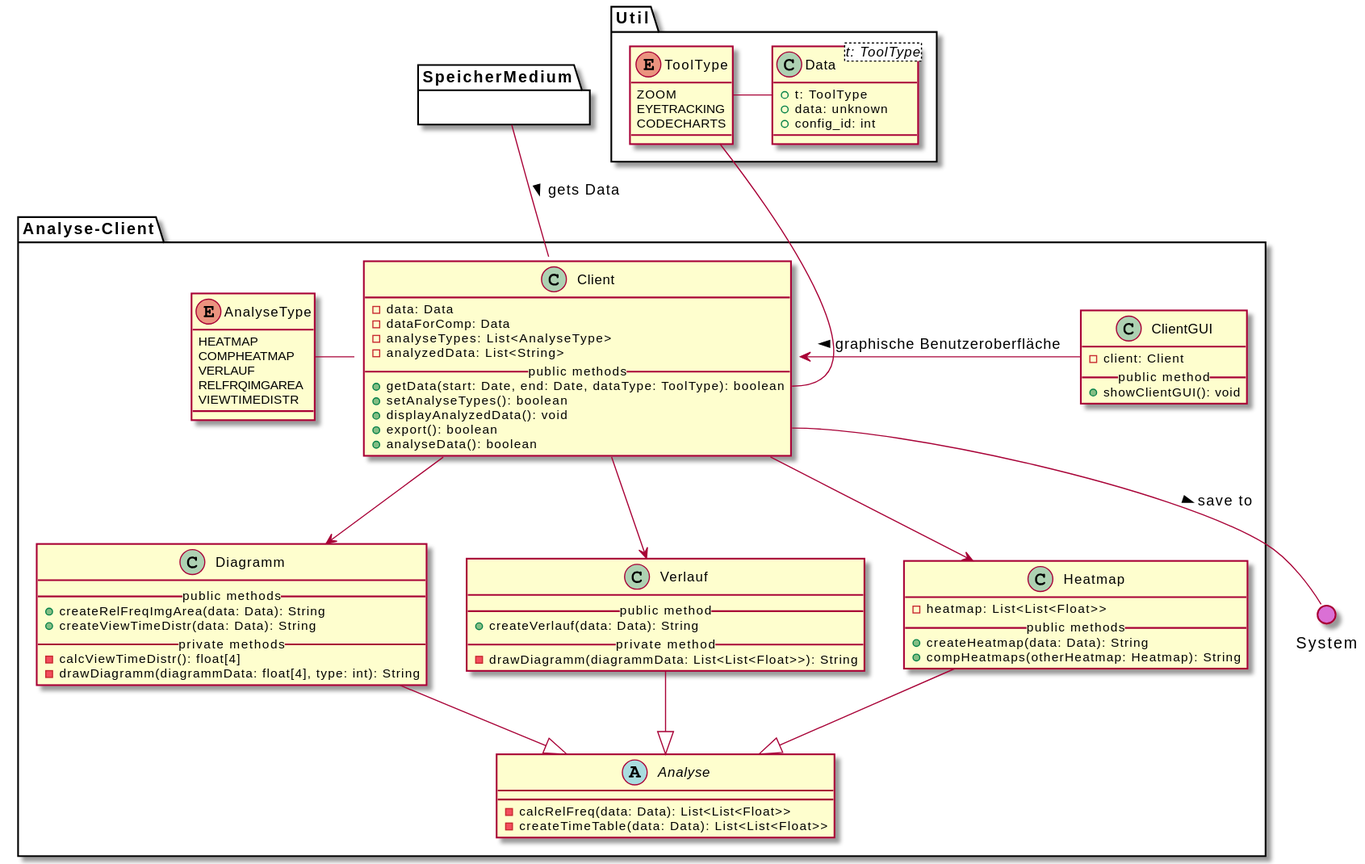
Before: meilenstein_03/uml-analyse-client/analyseclient.svg, a diagram exported from PlantUML (weichware10/meilensteine).
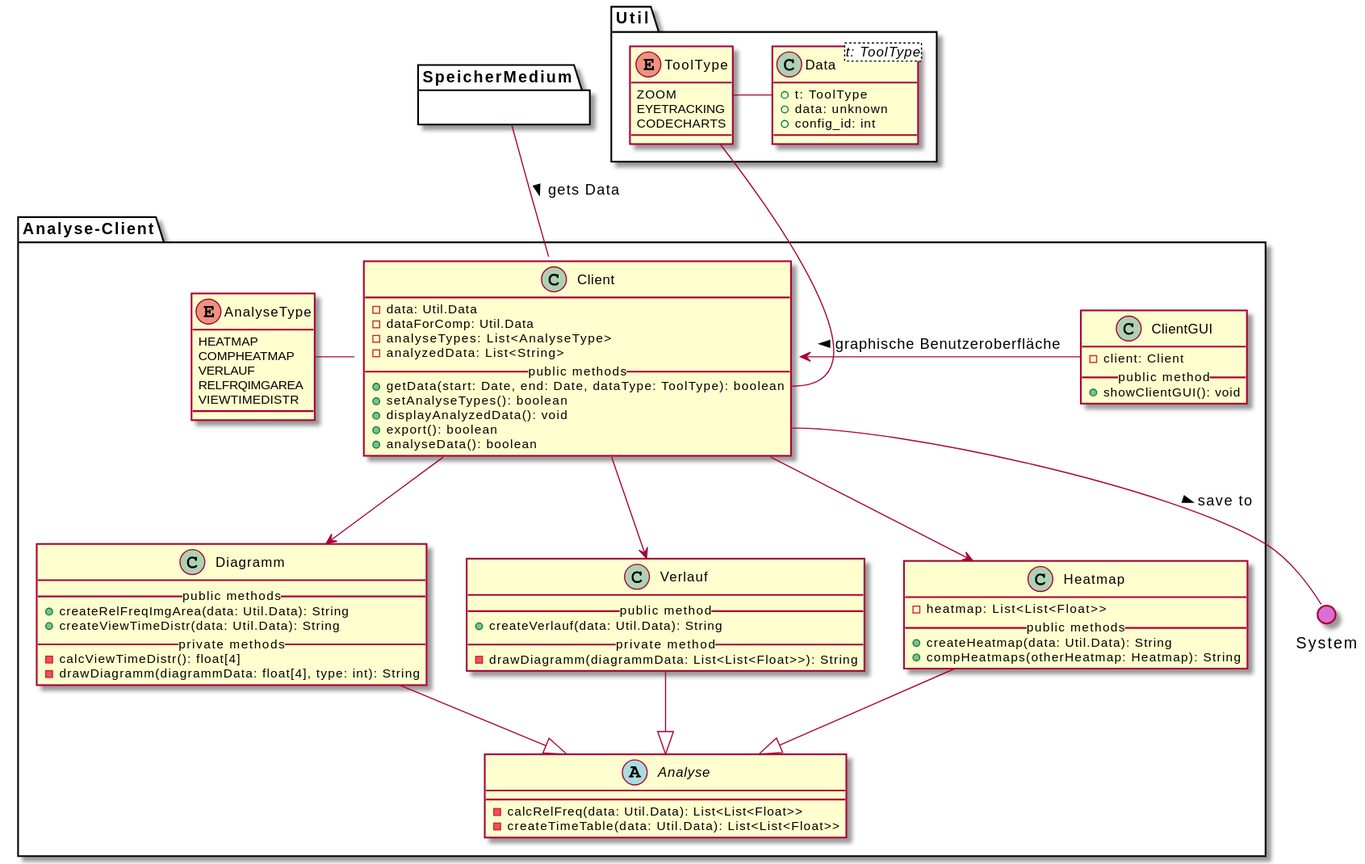
The same file after the commit.

Commit message:
Render PlantUML SVGs

What changed in the source:
```diff
@@ -2,8 +2,8 @@
 package Analyse-Client{
 
   class Client {
-    - data: Data
-    - dataForComp: Data
+    - data: Util.Data
+    - dataForComp: Util.Data
     - analyseTypes: List<AnalyseType>
     - analyzedData: List<String>
     __public methods__
@@ -15,28 +15,28 @@
   }
 
   abstract Analyse {
-    - calcRelFreq(data: Data): List<List<Float>>
-    - createTimeTable(data: Data): List<List<Float>>
+    - calcRelFreq(data: Util.Data): List<List<Float>>
+    - createTimeTable(data: Util.Data): List<List<Float>>
   }
 
   class Heatmap {
     - heatmap: List<List<Float>>
     __public methods__
-    + createHeatmap(data: Data): String
+    + createHeatmap(data: Util.Data): String
     + compHeatmaps(otherHeatmap: Heatmap): String
   }
 
   class Verlauf {
     __public method__
-    + createVerlauf(data: Data): String
+    + createVerlauf(data: Util.Data): String
     __private method__
     - drawDiagramm(diagrammData: List<List<Float>>): String
   }
 
   class Diagramm {
     __public methods__
-    + createRelFreqImgArea(data: Data): String
-    + createViewTimeDistr(data: Data): String
+    + createRelFreqImgArea(data: Util.Data): String
+    + createViewTimeDistr(data: Util.Data): String
     __private methods__
     - calcViewTimeDistr(): float[4]
     - drawDiagramm(diagrammData: float[4], type: int): String
```
